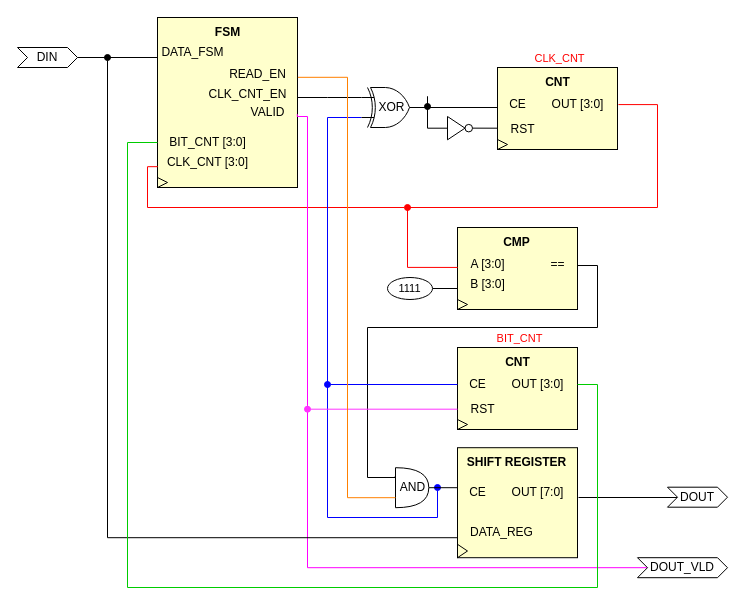
This is INC_RTL.drawio from ArturSultanov/inc_project, a draw.io file, before an edit. Source tidied: cells renumbered, new cells numbered last; positions are measured from the earlier drawing's top-left corner, leaving out a move shared by most shapes. Both pictures are drawn from the tidied source at 100%, with x=0, y=0 at pixel (17, 17).
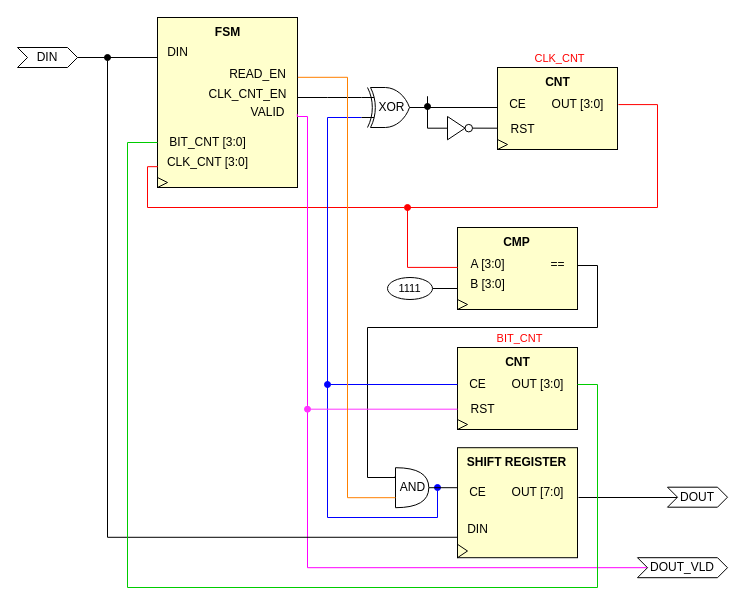
The same diagram, later.

Unchanged cells that the change refers to:
```xml
<mxCell id="3" style="group;" parent="2" vertex="1">
  <mxGeometry x="30" width="155" height="150" as="geometry" />
</mxCell>
<mxCell id="65" style="group;" parent="62" vertex="1">
  <mxGeometry x="70" width="140" height="110" as="geometry" />
</mxCell>
```

Diff of the diagram source:
```diff
@@
-    <mxCell id="5" value="DATA_FSM" style="text;html=1;align=center;verticalAlign=middle;strokeColor=none;fillColor=none;" parent="3" vertex="1">
-      <mxGeometry width="90" height="30" as="geometry" />
+    <mxCell id="5" value="DIN" style="text;html=1;align=center;verticalAlign=middle;strokeColor=none;fillColor=none;" parent="3" vertex="1">
+      <mxGeometry x="10" width="40" height="30" as="geometry" />
     </mxCell>
@@
-    <mxCell id="69" style="edgeStyle=orthogonalEdgeStyle;rounded=0;jettySize=auto;html=1;strokeWidth=1;endArrow=oval;endFill=1;exitX=0.011;exitY=0.667;exitDx=0;exitDy=0;exitPerimeter=0;" parent="65" edge="1" source="72">
+    <mxCell id="69" style="edgeStyle=orthogonalEdgeStyle;rounded=0;jettySize=auto;html=1;strokeWidth=1;endArrow=oval;endFill=1;exitX=0.011;exitY=0.766;exitDx=0;exitDy=0;exitPerimeter=0;" parent="65" edge="1" source="72">
       <mxGeometry relative="1" as="geometry">
         <mxPoint x="-340" y="-390.2" as="targetPoint" />
         <Array as="points">
           <mxPoint x="-340" y="90" />
         </Array>
       </mxGeometry>
     </mxCell>
@@
-    <mxCell id="72" value="DATA_REG" style="text;html=1;align=center;verticalAlign=middle;points=[];strokeColor=none;fillColor=none;" parent="65" vertex="1">
-      <mxGeometry x="9" y="70" width="90" height="30" as="geometry" />
+    <mxCell id="72" value="DIN" style="text;html=1;align=center;verticalAlign=middle;points=[];strokeColor=none;fillColor=none;" parent="65" vertex="1">
+      <mxGeometry x="10" y="66.6" width="40" height="30" as="geometry" />
     </mxCell>
```
